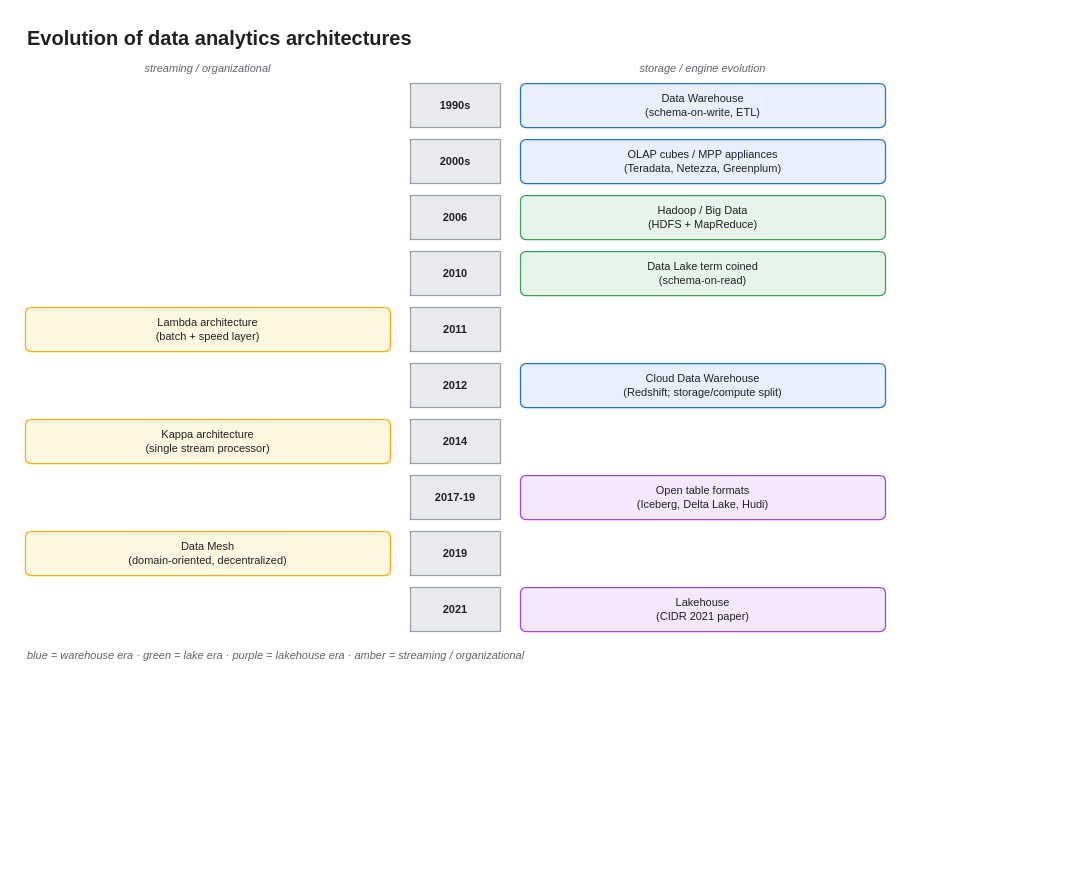
Earlier version of the draw.io diagram assets/img/aws/analytics-stack-01-architecture-history.drawio (KKamJi98/kkamji98.github.io). Source tidied: cells renumbered, new cells numbered last; positions are measured from the earlier drawing's top-left corner, leaving out a move shared by most shapes. Both pictures are drawn from the tidied source at 100%, with x=0, y=0 at pixel (25, 21).
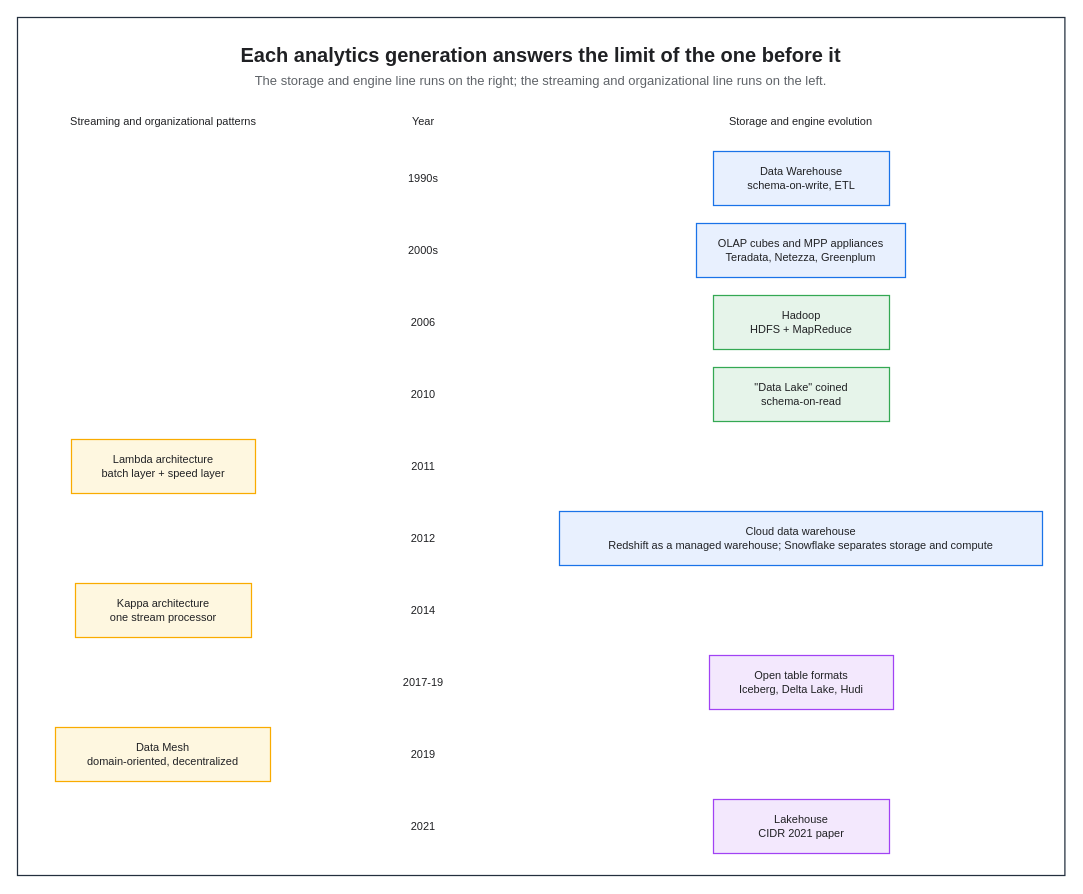
The same diagram, later.

What changed in the source:
```diff
@@
+    <mxCell id="26" style="rounded=0;html=0;fillColor=none;strokeColor=#232F3E;fontColor=#202124;strokeWidth=1.25;" parent="1" vertex="1">
+      <mxGeometry x="-8" y="-4" width="1047.4" height="858" as="geometry" />
+    </mxCell>
-    <mxCell id="2" value="Evolution of data analytics architectures" style="text;html=0;align=left;verticalAlign=middle;fontColor=#202124;fontStyle=1;fontSize=20;" parent="1" vertex="1">
-      <mxGeometry width="860" height="30" as="geometry" />
+    <mxCell id="2" value="Each analytics generation answers the limit of the one before it" style="text;html=0;whiteSpace=wrap;fillColor=none;strokeColor=none;fontColor=#202124;fontSize=20;fontStyle=1;align=center;verticalAlign=middle;" parent="1" vertex="1">
+      <mxGeometry x="14" y="18" width="1003.4" height="30" as="geometry" />
     </mxCell>
-    <mxCell id="3" value="streaming / organizational" style="text;html=0;align=center;verticalAlign=middle;fontColor=#5F6368;fontStyle=2;fontSize=11;" parent="1" vertex="1">
-      <mxGeometry y="36" width="365" height="20" as="geometry" />
-    </mxCell>
-    <mxCell id="4" value="storage / engine evolution" style="text;html=0;align=center;verticalAlign=middle;fontColor=#5F6368;fontStyle=2;fontSize=11;" parent="1" vertex="1">
-      <mxGeometry x="495" y="36" width="365" height="20" as="geometry" />
-    </mxCell>
+    <mxCell id="27" value="The storage and engine line runs on the right; the streaming and organizational line runs on the left." style="text;html=0;whiteSpace=wrap;fillColor=none;strokeColor=none;fontColor=#5F6368;fontSize=13;fontStyle=0;align=center;verticalAlign=middle;" parent="1" vertex="1">
+      <mxGeometry x="14" y="48" width="1003.4" height="22" as="geometry" />
+    </mxCell>
+    <mxCell id="28" value="Streaming and organizational patterns" style="text;html=0;whiteSpace=wrap;fillColor=none;strokeColor=none;fontColor=#202124;fontSize=11;fontStyle=0;align=center;verticalAlign=middle;" parent="1" vertex="1">
+      <mxGeometry x="14" y="88" width="248" height="24" as="geometry" />
+    </mxCell>
+    <mxCell id="29" value="Year" style="text;html=0;whiteSpace=wrap;fillColor=none;strokeColor=none;fontColor=#202124;fontSize=11;fontStyle=0;align=center;verticalAlign=middle;" parent="1" vertex="1">
+      <mxGeometry x="310" y="88" width="176" height="24" as="geometry" />
+    </mxCell>
+    <mxCell id="30" value="Storage and engine evolution" style="text;html=0;whiteSpace=wrap;fillColor=none;strokeColor=none;fontColor=#202124;fontSize=11;fontStyle=0;align=center;verticalAlign=middle;" parent="1" vertex="1">
+      <mxGeometry x="680" y="88" width="191" height="24" as="geometry" />
+    </mxCell>
-    <mxCell id="5" value="1990s" style="rounded=0;whiteSpace=wrap;html=0;shadow=0;fillColor=#E8EAED;strokeColor=#9AA0A6;fontColor=#202124;fontStyle=1;fontSize=11;strokeWidth=1.25;" parent="1" vertex="1">
-      <mxGeometry x="385" y="62" width="90" height="44" as="geometry" />
+    <mxCell id="5" value="1990s" style="text;html=0;whiteSpace=wrap;fillColor=none;strokeColor=none;fontColor=#202124;fontSize=11;fontStyle=0;align=center;verticalAlign=middle;" parent="1" vertex="1">
+      <mxGeometry x="310" y="145" width="176" height="24" as="geometry" />
     </mxCell>
-    <mxCell id="6" value="Data Warehouse&#10;(schema-on-write, ETL)" style="rounded=1;whiteSpace=wrap;html=0;arcSize=12;shadow=0;fillColor=#E8F0FE;strokeColor=#1A73E8;fontColor=#202124;fontSize=11;strokeWidth=1.25;" parent="1" vertex="1">
-      <mxGeometry x="495" y="62" width="365" height="44" as="geometry" />
-    </mxCell>
+    <mxCell id="31" value="Data Warehouse&#10;schema-on-write, ETL" style="rounded=0;whiteSpace=wrap;html=0;fillColor=#E8F0FE;strokeColor=#1A73E8;fontColor=#202124;fontSize=11;fontStyle=0;align=center;verticalAlign=middle;spacingLeft=6;spacingRight=6;strokeWidth=1.25;" parent="1" vertex="1">
+      <mxGeometry x="688" y="130" width="176" height="54" as="geometry" />
+    </mxCell>
-    <mxCell id="7" value="2000s" style="rounded=0;whiteSpace=wrap;html=0;shadow=0;fillColor=#E8EAED;strokeColor=#9AA0A6;fontColor=#202124;fontStyle=1;fontSize=11;strokeWidth=1.25;" parent="1" vertex="1">
-      <mxGeometry x="385" y="118" width="90" height="44" as="geometry" />
+    <mxCell id="7" value="2000s" style="text;html=0;whiteSpace=wrap;fillColor=none;strokeColor=none;fontColor=#202124;fontSize=11;fontStyle=0;align=center;verticalAlign=middle;" parent="1" vertex="1">
+      <mxGeometry x="310" y="217" width="176" height="24" as="geometry" />
     </mxCell>
-    <mxCell id="8" value="OLAP cubes / MPP appliances&#10;(Teradata, Netezza, Greenplum)" style="rounded=1;whiteSpace=wrap;html=0;arcSize=12;shadow=0;fillColor=#E8F0FE;strokeColor=#1A73E8;fontColor=#202124;fontSize=11;strokeWidth=1.25;" parent="1" vertex="1">
-      <mxGeometry x="495" y="118" width="365" height="44" as="geometry" />
-    </mxCell>
+    <mxCell id="32" value="OLAP cubes and MPP appliances&#10;Teradata, Netezza, Greenplum" style="rounded=0;whiteSpace=wrap;html=0;fillColor=#E8F0FE;strokeColor=#1A73E8;fontColor=#202124;fontSize=11;fontStyle=0;align=center;verticalAlign=middle;spacingLeft=6;spacingRight=6;strokeWidth=1.25;" parent="1" vertex="1">
+      <mxGeometry x="671" y="202" width="209" height="54" as="geometry" />
+    </mxCell>
-    <mxCell id="9" value="2006" style="rounded=0;whiteSpace=wrap;html=0;shadow=0;fillColor=#E8EAED;strokeColor=#9AA0A6;fontColor=#202124;fontStyle=1;fontSize=11;strokeWidth=1.25;" parent="1" vertex="1">
-      <mxGeometry x="385" y="174" width="90" height="44" as="geometry" />
+    <mxCell id="9" value="2006" style="text;html=0;whiteSpace=wrap;fillColor=none;strokeColor=none;fontColor=#202124;fontSize=11;fontStyle=0;align=center;verticalAlign=middle;" parent="1" vertex="1">
+      <mxGeometry x="310" y="289" width="176" height="24" as="geometry" />
     </mxCell>
-    <mxCell id="10" value="Hadoop / Big Data&#10;(HDFS + MapReduce)" style="rounded=1;whiteSpace=wrap;html=0;arcSize=12;shadow=0;fillColor=#E6F4EA;strokeColor=#34A853;fontColor=#202124;fontSize=11;strokeWidth=1.25;" parent="1" vertex="1">
-      <mxGeometry x="495" y="174" width="365" height="44" as="geometry" />
-    </mxCell>
+    <mxCell id="33" value="Hadoop&#10;HDFS + MapReduce" style="rounded=0;whiteSpace=wrap;html=0;fillColor=#E6F4EA;strokeColor=#34A853;fontColor=#202124;fontSize=11;fontStyle=0;align=center;verticalAlign=middle;spacingLeft=6;spacingRight=6;strokeWidth=1.25;" parent="1" vertex="1">
+      <mxGeometry x="688" y="274" width="176" height="54" as="geometry" />
+    </mxCell>
-    <mxCell id="11" value="2010" style="rounded=0;whiteSpace=wrap;html=0;shadow=0;fillColor=#E8EAED;strokeColor=#9AA0A6;fontColor=#202124;fontStyle=1;fontSize=11;strokeWidth=1.25;" parent="1" vertex="1">
-      <mxGeometry x="385" y="230" width="90" height="44" as="geometry" />
+    <mxCell id="11" value="2010" style="text;html=0;whiteSpace=wrap;fillColor=none;strokeColor=none;fontColor=#202124;fontSize=11;fontStyle=0;align=center;verticalAlign=middle;" parent="1" vertex="1">
+      <mxGeometry x="310" y="361" width="176" height="24" as="geometry" />
     </mxCell>
-    <mxCell id="12" value="Data Lake term coined&#10;(schema-on-read)" style="rounded=1;whiteSpace=wrap;html=0;arcSize=12;shadow=0;fillColor=#E6F4EA;strokeColor=#34A853;fontColor=#202124;fontSize=11;strokeWidth=1.25;" parent="1" vertex="1">
-      <mxGeometry x="495" y="230" width="365" height="44" as="geometry" />
-    </mxCell>
+    <mxCell id="34" value="&quot;Data Lake&quot; coined&#10;schema-on-read" style="rounded=0;whiteSpace=wrap;html=0;fillColor=#E6F4EA;strokeColor=#34A853;fontColor=#202124;fontSize=11;fontStyle=0;align=center;verticalAlign=middle;spacingLeft=6;spacingRight=6;strokeWidth=1.25;" parent="1" vertex="1">
+      <mxGeometry x="688" y="346" width="176" height="54" as="geometry" />
+    </mxCell>
-    <mxCell id="13" value="2011" style="rounded=0;whiteSpace=wrap;html=0;shadow=0;fillColor=#E8EAED;strokeColor=#9AA0A6;fontColor=#202124;fontStyle=1;fontSize=11;strokeWidth=1.25;" parent="1" vertex="1">
-      <mxGeometry x="385" y="286" width="90" height="44" as="geometry" />
+    <mxCell id="13" value="2011" style="text;html=0;whiteSpace=wrap;fillColor=none;strokeColor=none;fontColor=#202124;fontSize=11;fontStyle=0;align=center;verticalAlign=middle;" parent="1" vertex="1">
+      <mxGeometry x="310" y="433" width="176" height="24" as="geometry" />
     </mxCell>
-    <mxCell id="14" value="Lambda architecture&#10;(batch + speed layer)" style="rounded=1;whiteSpace=wrap;html=0;arcSize=12;shadow=0;fillColor=#FEF7E0;strokeColor=#F9AB00;fontColor=#202124;fontSize=11;strokeWidth=1.25;" parent="1" vertex="1">
-      <mxGeometry y="286" width="365" height="44" as="geometry" />
-    </mxCell>
+    <mxCell id="35" value="Lambda architecture&#10;batch layer + speed layer" style="rounded=0;whiteSpace=wrap;html=0;fillColor=#FEF7E0;strokeColor=#F9AB00;fontColor=#202124;fontSize=11;fontStyle=0;align=center;verticalAlign=middle;spacingLeft=6;spacingRight=6;strokeWidth=1.25;" parent="1" vertex="1">
+      <mxGeometry x="46" y="418" width="184" height="54" as="geometry" />
+    </mxCell>
-    <mxCell id="15" value="2012" style="rounded=0;whiteSpace=wrap;html=0;shadow=0;fillColor=#E8EAED;strokeColor=#9AA0A6;fontColor=#202124;fontStyle=1;fontSize=11;strokeWidth=1.25;" parent="1" vertex="1">
-      <mxGeometry x="385" y="342" width="90" height="44" as="geometry" />
+    <mxCell id="15" value="2012" style="text;html=0;whiteSpace=wrap;fillColor=none;strokeColor=none;fontColor=#202124;fontSize=11;fontStyle=0;align=center;verticalAlign=middle;" parent="1" vertex="1">
+      <mxGeometry x="310" y="505" width="176" height="24" as="geometry" />
     </mxCell>
-    <mxCell id="16" value="Cloud Data Warehouse&#10;(Redshift; storage/compute split)" style="rounded=1;whiteSpace=wrap;html=0;arcSize=12;shadow=0;fillColor=#E8F0FE;strokeColor=#1A73E8;fontColor=#202124;fontSize=11;strokeWidth=1.25;" parent="1" vertex="1">
-      <mxGeometry x="495" y="342" width="365" height="44" as="geometry" />
-    </mxCell>
+    <mxCell id="36" value="Cloud data warehouse&#10;Redshift as a managed warehouse; Snowflake separates storage and compute" style="rounded=0;whiteSpace=wrap;html=0;fillColor=#E8F0FE;strokeColor=#1A73E8;fontColor=#202124;fontSize=11;fontStyle=0;align=center;verticalAlign=middle;spacingLeft=6;spacingRight=6;strokeWidth=1.25;" parent="1" vertex="1">
+      <mxGeometry x="534" y="490" width="483" height="54" as="geometry" />
+    </mxCell>
-    <mxCell id="17" value="2014" style="rounded=0;whiteSpace=wrap;html=0;shadow=0;fillColor=#E8EAED;strokeColor=#9AA0A6;fontColor=#202124;fontStyle=1;fontSize=11;strokeWidth=1.25;" parent="1" vertex="1">
-      <mxGeometry x="385" y="398" width="90" height="44" as="geometry" />
+    <mxCell id="17" value="2014" style="text;html=0;whiteSpace=wrap;fillColor=none;strokeColor=none;fontColor=#202124;fontSize=11;fontStyle=0;align=center;verticalAlign=middle;" parent="1" vertex="1">
+      <mxGeometry x="310" y="577" width="176" height="24" as="geometry" />
     </mxCell>
-    <mxCell id="18" value="Kappa architecture&#10;(single stream processor)" style="rounded=1;whiteSpace=wrap;html=0;arcSize=12;shadow=0;fillColor=#FEF7E0;strokeColor=#F9AB00;fontColor=#202124;fontSize=11;strokeWidth=1.25;" parent="1" vertex="1">
-      <mxGeometry y="398" width="365" height="44" as="geometry" />
-    </mxCell>
+    <mxCell id="37" value="Kappa architecture&#10;one stream processor" style="rounded=0;whiteSpace=wrap;html=0;fillColor=#FEF7E0;strokeColor=#F9AB00;fontColor=#202124;fontSize=11;fontStyle=0;align=center;verticalAlign=middle;spacingLeft=6;spacingRight=6;strokeWidth=1.25;" parent="1" vertex="1">
+      <mxGeometry x="50" y="562" width="176" height="54" as="geometry" />
+    </mxCell>
-    <mxCell id="19" value="2017-19" style="rounded=0;whiteSpace=wrap;html=0;shadow=0;fillColor=#E8EAED;strokeColor=#9AA0A6;fontColor=#202124;fontStyle=1;fontSize=11;strokeWidth=1.25;" parent="1" vertex="1">
-      <mxGeometry x="385" y="454" width="90" height="44" as="geometry" />
+    <mxCell id="19" value="2017-19" style="text;html=0;whiteSpace=wrap;fillColor=none;strokeColor=none;fontColor=#202124;fontSize=11;fontStyle=0;align=center;verticalAlign=middle;" parent="1" vertex="1">
+      <mxGeometry x="310" y="649" width="176" height="24" as="geometry" />
     </mxCell>
-    <mxCell id="20" value="Open table formats&#10;(Iceberg, Delta Lake, Hudi)" style="rounded=1;whiteSpace=wrap;html=0;arcSize=12;shadow=0;fillColor=#F3E8FD;strokeColor=#A142F4;fontColor=#202124;fontSize=11;strokeWidth=1.25;" parent="1" vertex="1">
-      <mxGeometry x="495" y="454" width="365" height="44" as="geometry" />
-    </mxCell>
+    <mxCell id="38" value="Open table formats&#10;Iceberg, Delta Lake, Hudi" style="rounded=0;whiteSpace=wrap;html=0;fillColor=#F3E8FD;strokeColor=#A142F4;fontColor=#202124;fontSize=11;fontStyle=0;align=center;verticalAlign=middle;spacingLeft=6;spacingRight=6;strokeWidth=1.25;" parent="1" vertex="1">
+      <mxGeometry x="684" y="634" width="184" height="54" as="geometry" />
+    </mxCell>
-    <mxCell id="21" value="2019" style="rounded=0;whiteSpace=wrap;html=0;shadow=0;fillColor=#E8EAED;strokeColor=#9AA0A6;fontColor=#202124;fontStyle=1;fontSize=11;strokeWidth=1.25;" parent="1" vertex="1">
-      <mxGeometry x="385" y="510" width="90" height="44" as="geometry" />
+    <mxCell id="21" value="2019" style="text;html=0;whiteSpace=wrap;fillColor=none;strokeColor=none;fontColor=#202124;fontSize=11;fontStyle=0;align=center;verticalAlign=middle;" parent="1" vertex="1">
+      <mxGeometry x="310" y="721" width="176" height="24" as="geometry" />
     </mxCell>
-    <mxCell id="22" value="Data Mesh&#10;(domain-oriented, decentralized)" style="rounded=1;whiteSpace=wrap;html=0;arcSize=12;shadow=0;fillColor=#FEF7E0;strokeColor=#F9AB00;fontColor=#202124;fontSize=11;strokeWidth=1.25;" parent="1" vertex="1">
-      <mxGeometry y="510" width="365" height="44" as="geometry" />
-    </mxCell>
+    <mxCell id="39" value="Data Mesh&#10;domain-oriented, decentralized" style="rounded=0;whiteSpace=wrap;html=0;fillColor=#FEF7E0;strokeColor=#F9AB00;fontColor=#202124;fontSize=11;fontStyle=0;align=center;verticalAlign=middle;spacingLeft=6;spacingRight=6;strokeWidth=1.25;" parent="1" vertex="1">
+      <mxGeometry x="30" y="706" width="215" height="54" as="geometry" />
+    </mxCell>
-    <mxCell id="23" value="2021" style="rounded=0;whiteSpace=wrap;html=0;shadow=0;fillColor=#E8EAED;strokeColor=#9AA0A6;fontColor=#202124;fontStyle=1;fontSize=11;strokeWidth=1.25;" parent="1" vertex="1">
-      <mxGeometry x="385" y="566" width="90" height="44" as="geometry" />
+    <mxCell id="23" value="2021" style="text;html=0;whiteSpace=wrap;fillColor=none;strokeColor=none;fontColor=#202124;fontSize=11;fontStyle=0;align=center;verticalAlign=middle;" parent="1" vertex="1">
+      <mxGeometry x="310" y="793" width="176" height="24" as="geometry" />
     </mxCell>
-    <mxCell id="24" value="Lakehouse&#10;(CIDR 2021 paper)" style="rounded=1;whiteSpace=wrap;html=0;arcSize=12;shadow=0;fillColor=#F3E8FD;strokeColor=#A142F4;fontColor=#202124;fontSize=11;strokeWidth=1.25;" parent="1" vertex="1">
-      <mxGeometry x="495" y="566" width="365" height="44" as="geometry" />
-    </mxCell>
-    <mxCell id="25" value="blue = warehouse era  ·  green = lake era  ·  purple = lakehouse era  ·  amber = streaming / organizational" style="text;html=0;align=left;verticalAlign=middle;fontColor=#5F6368;fontStyle=2;fontSize=11;" parent="1" vertex="1">
-      <mxGeometry y="622" width="860" height="22" as="geometry" />
-    </mxCell>
+    <mxCell id="40" value="Lakehouse&#10;CIDR 2021 paper" style="rounded=0;whiteSpace=wrap;html=0;fillColor=#F3E8FD;strokeColor=#A142F4;fontColor=#202124;fontSize=11;fontStyle=0;align=center;verticalAlign=middle;spacingLeft=6;spacingRight=6;strokeWidth=1.25;" parent="1" vertex="1">
+      <mxGeometry x="688" y="778" width="176" height="54" as="geometry" />
+    </mxCell>
```
